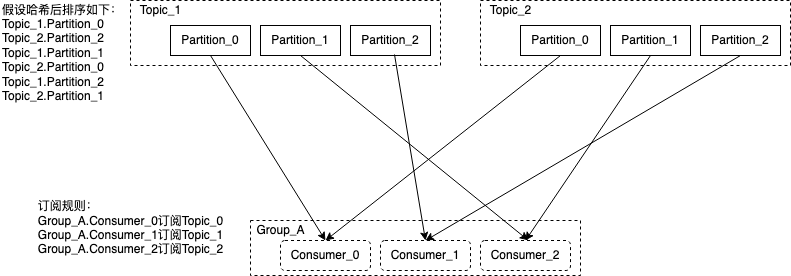
Earlier version of the draw.io export kafka Round Robin分配策略.png (wu0hgl/note_pic). Source tidied: cells renumbered, new cells last; positions are measured from the earlier drawing's top-left corner, leaving out a move shared by most shapes.
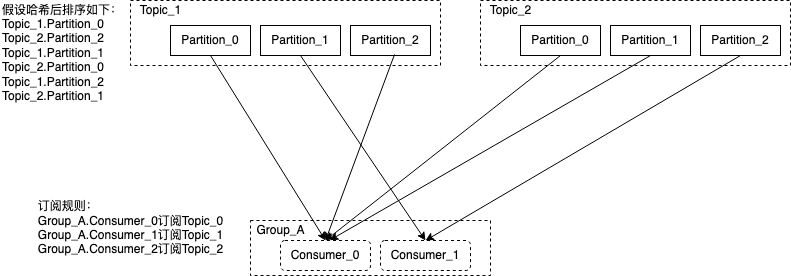
The same file after the commit.

Commit message:
更新kafka Round Robin分配策略.png

The edit, as a diff of the source:
```diff
@@ -3,7 +3,7 @@
     <mxCell id="0" />
     <mxCell id="1" parent="0" />
     <mxCell id="2" style="rounded=0;whiteSpace=wrap;html=1;dashed=1;" parent="1" vertex="1">
-      <mxGeometry x="250" y="220" width="330" height="55" as="geometry" />
+      <mxGeometry x="250" y="220" width="240" height="55" as="geometry" />
     </mxCell>
     <mxCell id="3" style="rounded=0;whiteSpace=wrap;html=1;dashed=1;" parent="1" vertex="1">
       <mxGeometry x="130" width="310" height="65" as="geometry" />
@@ -20,9 +20,6 @@
     <mxCell id="7" value="Topic_1" style="text;html=1;align=center;verticalAlign=middle;fillColor=none;strokeColor=none;rounded=0;" parent="1" vertex="1">
       <mxGeometry x="130" width="60" height="20" as="geometry" />
     </mxCell>
-    <mxCell id="8" value="Consumer_2" style="rounded=1;whiteSpace=wrap;html=1;dashed=1;strokeColor=#000000;" parent="1" vertex="1">
-      <mxGeometry x="480" y="240" width="90" height="30" as="geometry" />
-    </mxCell>
     <mxCell id="9" value="Consumer_0" style="rounded=1;whiteSpace=wrap;html=1;dashed=1;strokeColor=#000000;" parent="1" vertex="1">
       <mxGeometry x="280" y="240" width="90" height="30" as="geometry" />
     </mxCell>
@@ -59,16 +56,16 @@
     <mxCell id="20" style="endArrow=classic;html=1;entryX=0.5;entryY=0;entryDx=0;entryDy=0;exitX=0.5;exitY=1;exitDx=0;exitDy=0;" parent="1" edge="1" source="15" target="10">
       <mxGeometry relative="1" as="geometry" />
     </mxCell>
-    <mxCell id="21" style="endArrow=classic;html=1;entryX=0.53;entryY=-0.008;entryDx=0;entryDy=0;exitX=0.5;exitY=1;exitDx=0;exitDy=0;entryPerimeter=0;" parent="1" edge="1" source="5" target="8">
+    <mxCell id="21" style="endArrow=classic;html=1;exitX=0.5;exitY=1;exitDx=0;exitDy=0;entryX=0.5;entryY=0;entryDx=0;entryDy=0;" parent="1" edge="1" source="5" target="10">
       <mxGeometry relative="1" as="geometry" />
     </mxCell>
     <mxCell id="22" style="endArrow=classic;html=1;entryX=0.5;entryY=0;entryDx=0;entryDy=0;exitX=0.5;exitY=1;exitDx=0;exitDy=0;" parent="1" edge="1" source="13" target="9">
       <mxGeometry relative="1" as="geometry" />
     </mxCell>
-    <mxCell id="23" style="endArrow=classic;html=1;entryX=0.5;entryY=0;entryDx=0;entryDy=0;exitX=0.55;exitY=0.967;exitDx=0;exitDy=0;exitPerimeter=0;" parent="1" edge="1" source="6" target="10">
+    <mxCell id="23" style="endArrow=classic;html=1;entryX=0.5;entryY=0;entryDx=0;entryDy=0;exitX=0.55;exitY=0.967;exitDx=0;exitDy=0;exitPerimeter=0;" parent="1" edge="1" source="6" target="9">
       <mxGeometry relative="1" as="geometry" />
     </mxCell>
-    <mxCell id="24" style="endArrow=classic;html=1;exitX=0.5;exitY=1;exitDx=0;exitDy=0;entryX=0.5;entryY=0;entryDx=0;entryDy=0;" parent="1" edge="1" source="14" target="8">
+    <mxCell id="24" style="endArrow=classic;html=1;exitX=0.5;exitY=1;exitDx=0;exitDy=0;entryX=0.548;entryY=-0.01;entryDx=0;entryDy=0;entryPerimeter=0;" parent="1" edge="1" source="14" target="9">
       <mxGeometry relative="1" as="geometry" />
     </mxCell>
   </root>
```
